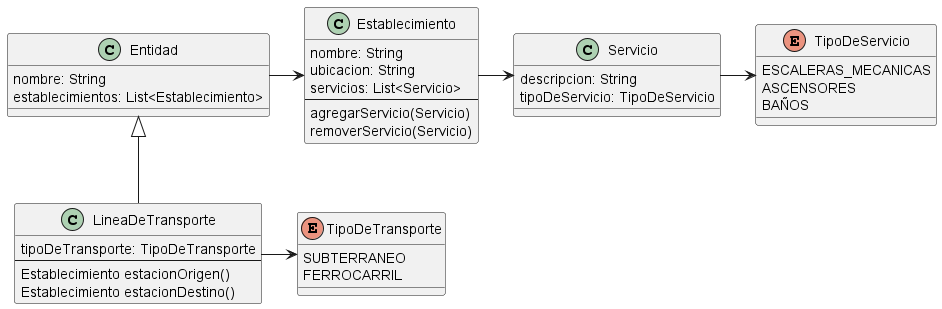
Earlier version of the PlantUML export docs/entrega-2/png/TPA2-Clases.png (ValenAquino/tp-dds-2023). The source it was exported from:
```plantuml
@startuml TPA2-Clases
skinparam linetype ortho

class Entidad {
  nombre: String
  establecimientos: List<Establecimiento>
}

class Establecimiento {
  nombre: String
  ubicacion: String
  servicios: List<Servicio>
  --
  agregarServicio(Servicio)
  removerServicio(Servicio)
}

class Servicio {
  descripcion: String
  tipoDeServicio: TipoDeServicio
}

enum TipoDeServicio {
  ESCALERAS_MECANICAS
  ASCENSORES
  BAÑOS
}

class LineaDeTransporte {
  tipoDeTransporte: TipoDeTransporte
  --
  Establecimiento estacionOrigen()
  Establecimiento estacionDestino()
}

enum TipoDeTransporte {
  SUBTERRANEO
  FERROCARRIL
}

Entidad -> Establecimiento
Establecimiento -> Servicio
Servicio -> TipoDeServicio
Entidad <|-- LineaDeTransporte
LineaDeTransporte -> TipoDeTransporte


@enduml
```
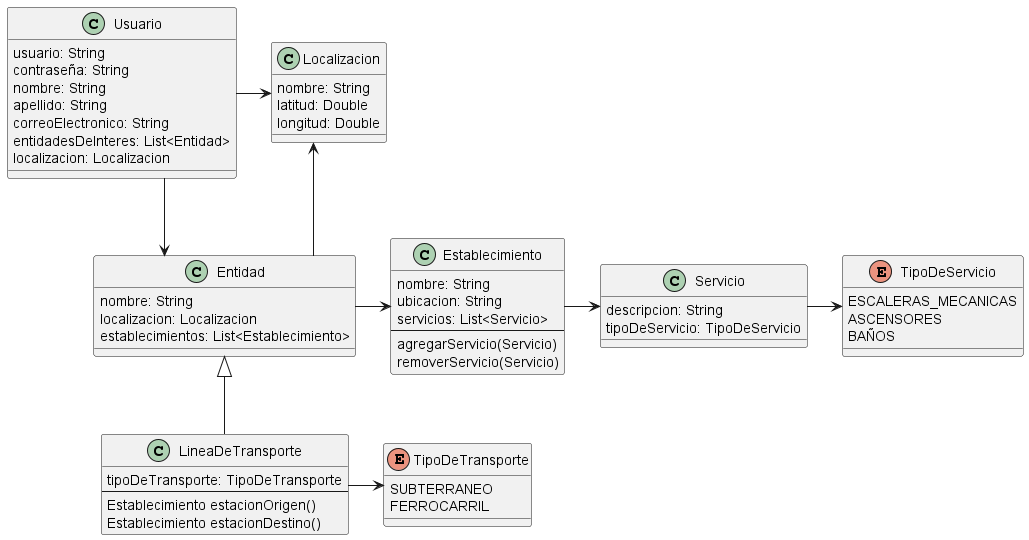
After the commit.

Commit message:
docs(clases): agregar entidadesDeIntereses y localizacion

Diff of the diagram source:
```diff
@@ -3,6 +3,7 @@
 
 class Entidad {
   nombre: String
+  localizacion: Localizacion
   establecimientos: List<Establecimiento>
 }
 
@@ -38,11 +39,30 @@
   FERROCARRIL
 }
 
+class Usuario {
+  usuario: String
+  contraseña: String
+  nombre: String
+  apellido: String
+  correoElectronico: String
+  entidadesDeInteres: List<Entidad>
+  localizacion: Localizacion
+}
+
+class Localizacion {
+  nombre: String
+  latitud: Double
+  longitud: Double
+}
+
 Entidad -> Establecimiento
 Establecimiento -> Servicio
 Servicio -> TipoDeServicio
 Entidad <|-- LineaDeTransporte
 LineaDeTransporte -> TipoDeTransporte
+Usuario --> Entidad
+Usuario -> Localizacion
+Localizacion <- Entidad
 
 
 @enduml
```
